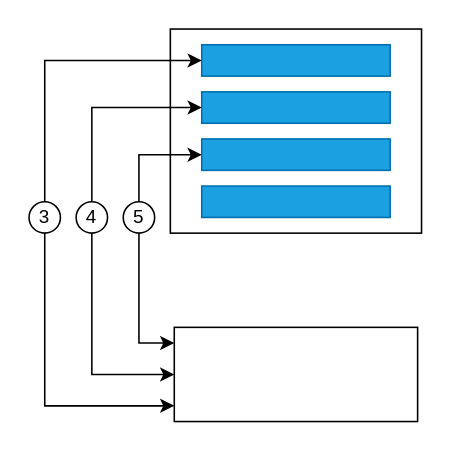
This is IBRC/IBGDA.drawio from icclBrother/AIinfraDocs, a draw.io file, before an edit. Source tidied: cells renumbered, new cells numbered last; positions are measured from the earlier drawing's top-left corner, leaving out a move shared by most shapes. Both pictures are drawn from the tidied source at 157%, with x=0, y=0 at pixel (28, 28).
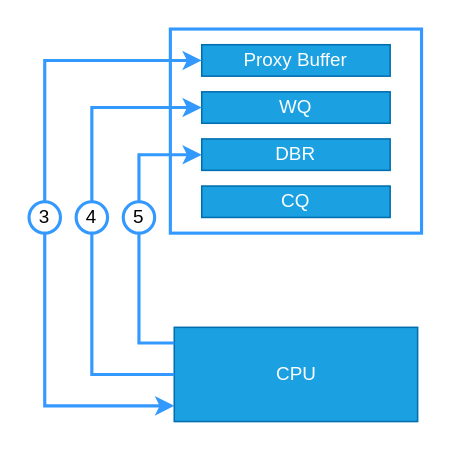
After the change.

Change to the diagram source:
```diff
@@
-    <mxCell id="2" style="rounded=0;whiteSpace=wrap;html=1;" parent="1" vertex="1">
+    <mxCell id="2" style="rounded=0;whiteSpace=wrap;html=1;strokeColor=#3399FF;strokeWidth=2;" parent="1" vertex="1">
       <mxGeometry x="90" width="160" height="130" as="geometry" />
     </mxCell>
-    <mxCell id="3" style="rounded=0;whiteSpace=wrap;html=1;fillColor=#1ba1e2;fontColor=#ffffff;strokeColor=#006EAF;" parent="1" vertex="1">
+    <mxCell id="3" value="Proxy Buffer" style="rounded=0;whiteSpace=wrap;html=1;fillColor=#1ba1e2;fontColor=#ffffff;strokeColor=#006EAF;" parent="1" vertex="1">
       <mxGeometry x="110" y="10" width="120" height="20" as="geometry" />
     </mxCell>
-    <mxCell id="4" style="rounded=0;whiteSpace=wrap;html=1;fillColor=#1ba1e2;fontColor=#ffffff;strokeColor=#006EAF;" parent="1" vertex="1">
+    <mxCell id="4" value="WQ" style="rounded=0;whiteSpace=wrap;html=1;fillColor=#1ba1e2;fontColor=#ffffff;strokeColor=#006EAF;" parent="1" vertex="1">
       <mxGeometry x="110" y="40" width="120" height="20" as="geometry" />
     </mxCell>
-    <mxCell id="5" style="rounded=0;whiteSpace=wrap;html=1;fillColor=#1ba1e2;fontColor=#ffffff;strokeColor=#006EAF;" parent="1" vertex="1">
+    <mxCell id="5" value="DBR" style="rounded=0;whiteSpace=wrap;html=1;fillColor=#1ba1e2;fontColor=#ffffff;strokeColor=#006EAF;" parent="1" vertex="1">
       <mxGeometry x="110" y="70" width="120" height="20" as="geometry" />
     </mxCell>
-    <mxCell id="6" style="rounded=0;whiteSpace=wrap;html=1;fillColor=#1ba1e2;fontColor=#ffffff;strokeColor=#006EAF;" parent="1" vertex="1">
+    <mxCell id="6" value="CQ" style="rounded=0;whiteSpace=wrap;html=1;fillColor=#1ba1e2;fontColor=#ffffff;strokeColor=#006EAF;" parent="1" vertex="1">
       <mxGeometry x="110" y="100" width="120" height="20" as="geometry" />
     </mxCell>
-    <mxCell id="7" style="rounded=0;whiteSpace=wrap;html=1;" parent="1" vertex="1">
+    <mxCell id="7" value="CPU" style="rounded=0;whiteSpace=wrap;html=1;fillColor=#1ba1e2;fontColor=#ffffff;strokeColor=#006EAF;" parent="1" vertex="1">
       <mxGeometry x="92.5" y="190" width="155" height="60" as="geometry" />
     </mxCell>
-    <mxCell id="8" style="edgeStyle=orthogonalEdgeStyle;rounded=0;jettySize=auto;html=1;entryX=0;entryY=0.5;entryDx=0;entryDy=0;exitX=0.5;exitY=0;exitDx=0;exitDy=0;" parent="1" edge="1" source="12">
+    <mxCell id="8" style="edgeStyle=orthogonalEdgeStyle;rounded=0;jettySize=auto;html=1;entryX=0;entryY=0.5;entryDx=0;entryDy=0;exitX=0.5;exitY=0;exitDx=0;exitDy=0;strokeColor=#3399FF;strokeWidth=2;" parent="1" edge="1" source="12">
       <mxGeometry relative="1" as="geometry">
         <mxPoint x="110" y="20" as="targetPoint" />
         <Array as="points">
           <mxPoint x="10" y="20" />
         </Array>
       </mxGeometry>
     </mxCell>
-    <mxCell id="9" style="edgeStyle=orthogonalEdgeStyle;rounded=0;orthogonalLoop=1;jettySize=auto;html=1;entryX=0;entryY=0.5;entryDx=0;entryDy=0;" parent="1" edge="1">
+    <mxCell id="9" style="edgeStyle=orthogonalEdgeStyle;rounded=0;orthogonalLoop=1;jettySize=auto;html=1;entryX=0;entryY=0.5;entryDx=0;entryDy=0;strokeColor=#3399FF;strokeWidth=2;" parent="1" edge="1">
       <mxGeometry relative="1" as="geometry">
         <mxPoint x="40" y="110" as="sourcePoint" />
         <mxPoint x="110" y="50" as="targetPoint" />
         <Array as="points">
           <mxPoint x="40" y="50" />
         </Array>
       </mxGeometry>
     </mxCell>
-    <mxCell id="10" style="edgeStyle=orthogonalEdgeStyle;rounded=0;orthogonalLoop=1;jettySize=auto;html=1;entryX=0;entryY=0.5;entryDx=0;entryDy=0;" parent="1" edge="1">
+    <mxCell id="10" style="edgeStyle=orthogonalEdgeStyle;rounded=0;orthogonalLoop=1;jettySize=auto;html=1;entryX=0;entryY=0.5;entryDx=0;entryDy=0;strokeColor=#3399FF;strokeWidth=2;" parent="1" edge="1">
       <mxGeometry relative="1" as="geometry">
         <mxPoint x="70" y="110" as="sourcePoint" />
         <mxPoint x="110" y="80.1" as="targetPoint" />
         <Array as="points">
           <mxPoint x="70" y="80" />
         </Array>
       </mxGeometry>
     </mxCell>
-    <mxCell id="11" style="edgeStyle=orthogonalEdgeStyle;rounded=0;jettySize=auto;html=1;" parent="1" edge="1" source="12" target="7">
+    <mxCell id="11" style="edgeStyle=orthogonalEdgeStyle;rounded=0;jettySize=auto;html=1;strokeColor=#3399FF;strokeWidth=2;" parent="1" edge="1" source="12" target="7">
       <mxGeometry relative="1" as="geometry">
         <Array as="points">
           <mxPoint x="10" y="240" />
         </Array>
       </mxGeometry>
     </mxCell>
-    <mxCell id="12" value="3" style="ellipse;whiteSpace=wrap;html=1;" parent="1" vertex="1">
+    <mxCell id="12" value="3" style="ellipse;whiteSpace=wrap;html=1;strokeColor=#3399FF;strokeWidth=2;" parent="1" vertex="1">
       <mxGeometry y="110" width="20" height="20" as="geometry" />
     </mxCell>
-    <mxCell id="13" style="edgeStyle=orthogonalEdgeStyle;rounded=0;jettySize=auto;html=1;entryX=0;entryY=0.5;entryDx=0;entryDy=0;" parent="1" edge="1" source="14" target="7">
+    <mxCell id="13" style="edgeStyle=orthogonalEdgeStyle;rounded=0;jettySize=auto;html=1;entryX=0;entryY=0.5;entryDx=0;entryDy=0;strokeColor=#3399FF;strokeWidth=2;endArrow=none;endFill=0;" parent="1" edge="1" source="14" target="7">
       <mxGeometry relative="1" as="geometry">
         <Array as="points">
           <mxPoint x="40" y="220" />
         </Array>
       </mxGeometry>
     </mxCell>
-    <mxCell id="14" value="4" style="ellipse;whiteSpace=wrap;html=1;" parent="1" vertex="1">
+    <mxCell id="14" value="4" style="ellipse;whiteSpace=wrap;html=1;strokeColor=#3399FF;strokeWidth=2;" parent="1" vertex="1">
       <mxGeometry x="30" y="110" width="20" height="20" as="geometry" />
     </mxCell>
-    <mxCell id="15" style="edgeStyle=orthogonalEdgeStyle;rounded=0;jettySize=auto;html=1;" parent="1" edge="1" source="16" target="7">
+    <mxCell id="15" style="edgeStyle=orthogonalEdgeStyle;rounded=0;jettySize=auto;html=1;strokeColor=#3399FF;strokeWidth=2;endArrow=none;endFill=0;" parent="1" edge="1" source="16" target="7">
       <mxGeometry relative="1" as="geometry">
         <Array as="points">
           <mxPoint x="70" y="200" />
         </Array>
       </mxGeometry>
     </mxCell>
-    <mxCell id="16" value="5" style="ellipse;whiteSpace=wrap;html=1;" parent="1" vertex="1">
+    <mxCell id="16" value="5" style="ellipse;whiteSpace=wrap;html=1;strokeColor=#3399FF;strokeWidth=2;" parent="1" vertex="1">
       <mxGeometry x="60" y="110" width="20" height="20" as="geometry" />
     </mxCell>
```
